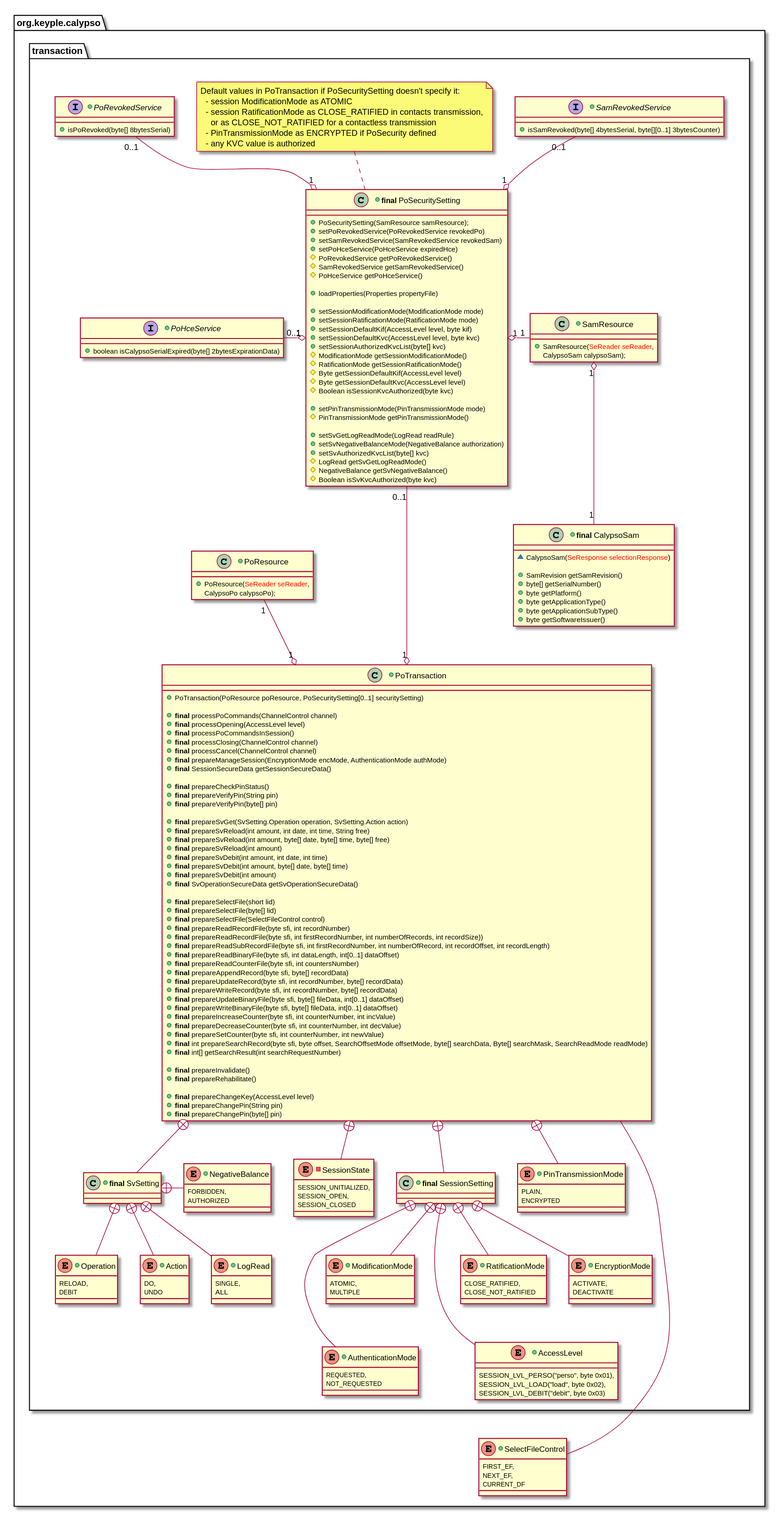
Earlier version of the PlantUML export docs/CalypsoTerminalApi/img/CalypsoTerminal_ApplicationApi_ClassDiag_Transaction_PoTransaction_0_9_0.svg (pterr/keyple).
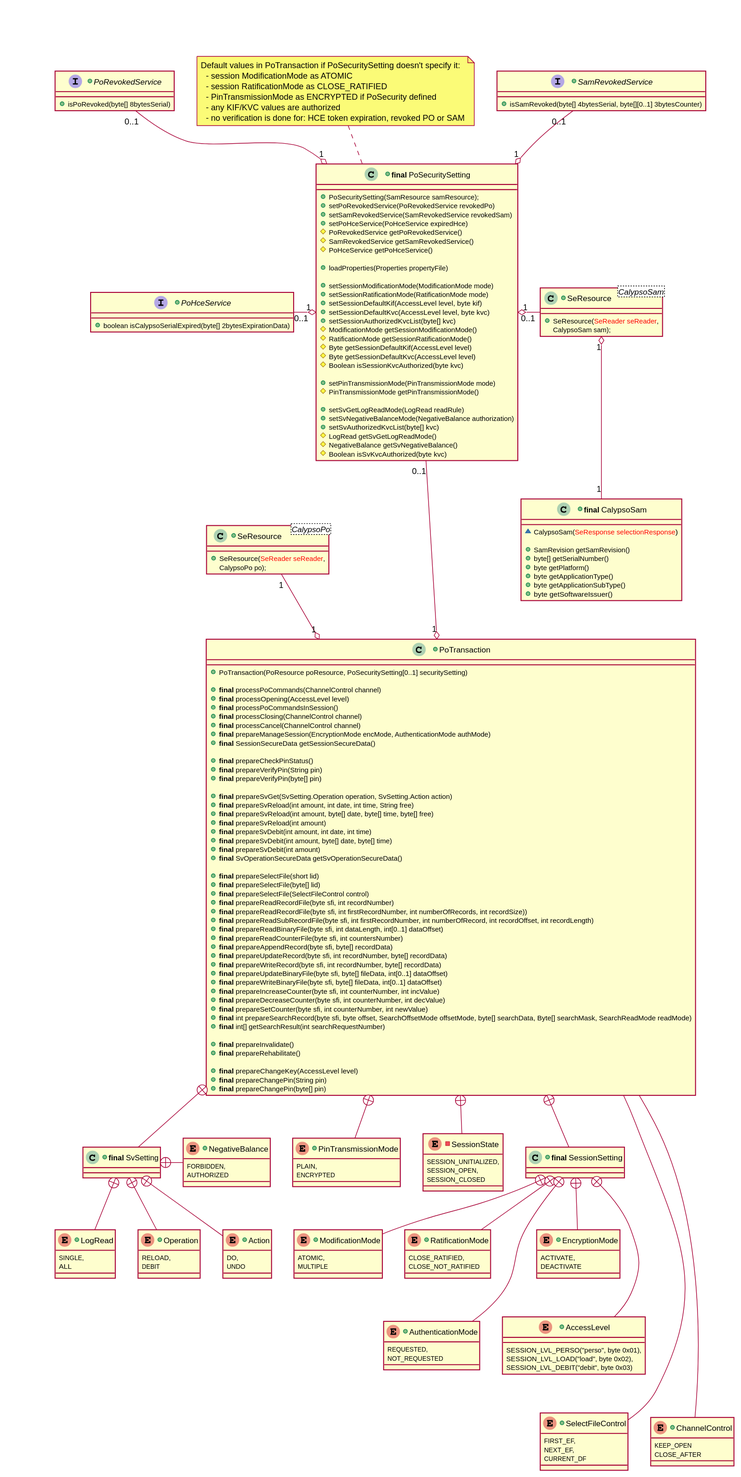
The same file after the commit.

Commit message:
Update Calypso API => corresponding IMG

What changed in the source:
```diff
@@ -1,6 +1,11 @@
 @startuml
-package org.keyple.calypso #FFFFFF {
-  package transaction #FFFFFF {
+skinparam stereotypeIBorderColor BUSINESS
+skinparam stereotypeCBorderColor BUSINESS
+skinparam stereotypeEBorderColor BUSINESS
+skinparam shadowing false
+
+together {
+  together {
 
     together {
       +interface PoRevokedService {
@@ -10,10 +15,10 @@
       note as N1
       Default values in PoTransaction if PoSecuritySetting doesn't specify it:
         - session ModificationMode as ATOMIC
-        - session RatificationMode as CLOSE_RATIFIED in contacts transmission,
-          or as CLOSE_NOT_RATIFIED for a contactless transmission
+        - session RatificationMode as CLOSE_RATIFIED
         - PinTransmissionMode as ENCRYPTED if PoSecurity defined
-        - any KVC value is authorized
+        - any KIF/KVC values are authorized
+        - no verification is done for: HCE token expiration, revoked PO or SAM
       end note
 
       +interface SamRevokedService {
@@ -62,19 +67,20 @@
         #Boolean isSvKvcAuthorized(byte kvc)
       }
 
-      +class SamResource {
-        +SamResource(<color:red>SeReader seReader</color>,
-        CalypsoSam calypsoSam);
+      +class "SeResource<CalypsoSam>" as SamResource {
+        +SeResource(<color:red>SeReader seReader</color>,
+        CalypsoSam sam);
       }
 
-      PoHceService "0..1" -right-o "1" PoSecuritySetting
-      PoSecuritySetting "1" o-right- "1" SamResource
+      PoHceService "0..1 " -right-o " 1" PoSecuritySetting
+      PoSecuritySetting "1 " o-right- " 0..1" SamResource
     }
 
-    +class PoResource {
-      +PoResource(<color:red>SeReader seReader</color>,
-      CalypsoPo calypsoPo);
+    +class "SeResource<CalypsoPo>" as PoResource {
+      +SeResource(<color:red>SeReader seReader</color>,
+      CalypsoPo po);
     }
+
 
     PoRevokedService -down[hidden]- PoHceService
     PoHceService -down[hidden]- PoResource
@@ -247,7 +253,14 @@
     CURRENT_DF
   }
 
+  +enum ChannelControl {
+	KEEP_OPEN
+	CLOSE_AFTER
+  }
+
   PoTransaction -- SelectFileControl
+  PoTransaction -- ChannelControl
   AuthenticationMode -down[hidden]- SelectFileControl
+  ChannelControl -left[hidden]- SelectFileControl
 }
 @enduml
```
